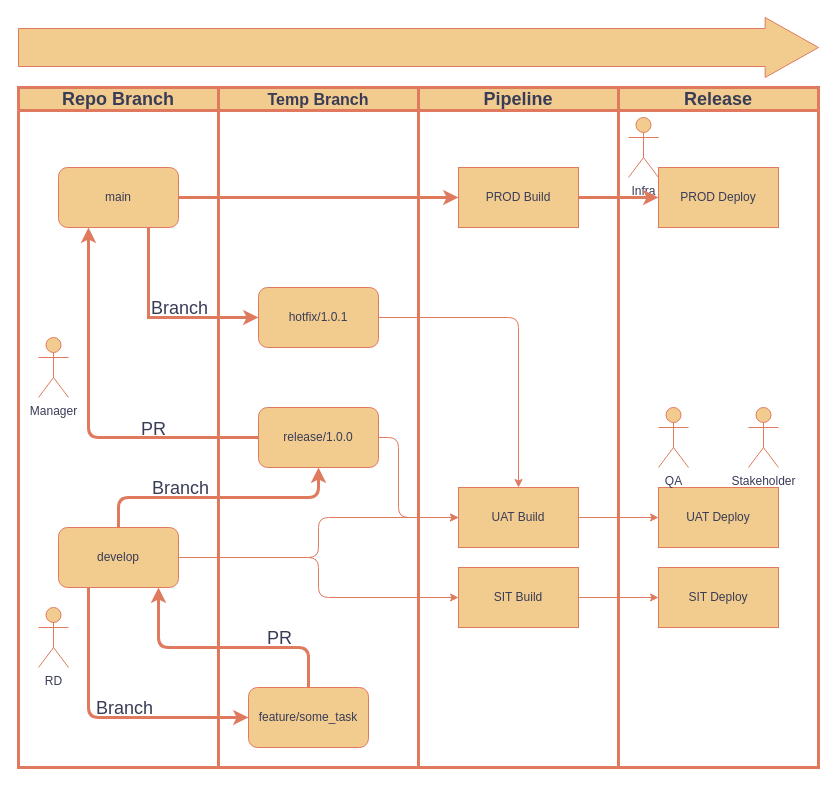
Earlier version of the draw.io diagram kgi_cicd_flow.drawio (lee0313/draw.io). Source tidied: cells renumbered, new cells numbered last; positions are measured from the earlier drawing's top-left corner, leaving out a move shared by most shapes. Both pictures are drawn from the tidied source at 100%, with x=0, y=0 at pixel (18, 17).
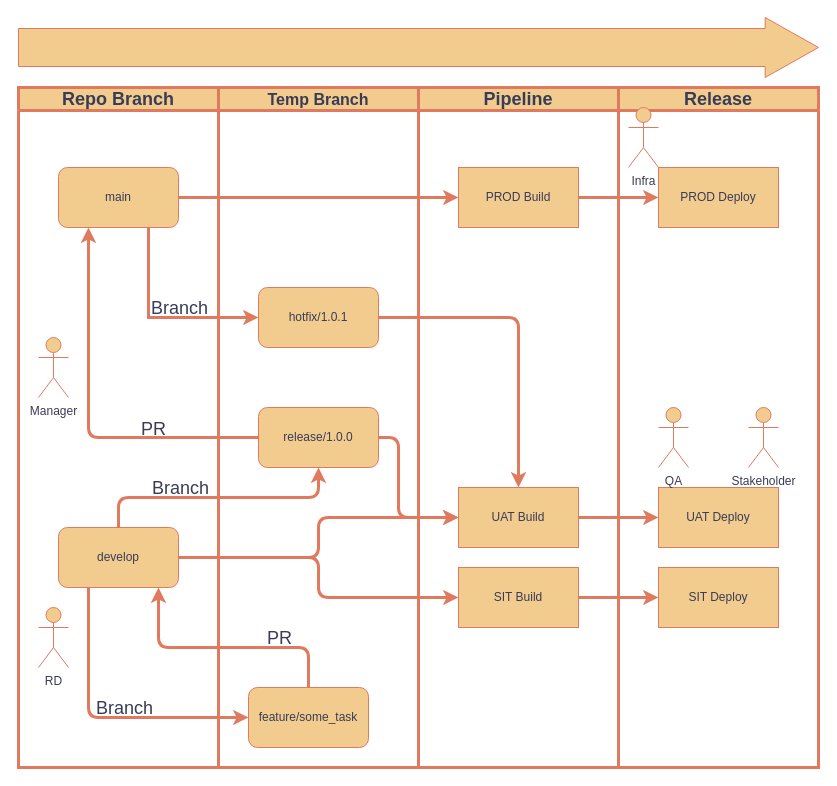
The same page after the edit.

Unchanged cells that the change refers to:
```xml
<mxCell id="15" value="develop" style="rounded=1;whiteSpace=wrap;html=1;labelBackgroundColor=none;fillColor=#F2CC8F;strokeColor=#E07A5F;fontColor=#393C56;" parent="1" vertex="1">
  <mxGeometry x="40" y="510" width="120" height="60" as="geometry" />
</mxCell>
<mxCell id="17" value="SIT Build" style="rounded=0;whiteSpace=wrap;html=1;labelBackgroundColor=none;fillColor=#F2CC8F;strokeColor=#E07A5F;fontColor=#393C56;" parent="1" vertex="1">
  <mxGeometry x="440" y="550" width="120" height="60" as="geometry" />
</mxCell>
<mxCell id="18" value="&lt;font style=&quot;font-size: 18px;&quot;&gt;Release&lt;/font&gt;" style="swimlane;whiteSpace=wrap;html=1;fillColor=#F2CC8F;fontColor=#393C56;strokeColor=#E07A5F;labelBackgroundColor=none;strokeWidth=3;" parent="1" vertex="1">
  <mxGeometry x="600" y="70" width="200" height="680" as="geometry" />
</mxCell>
<mxCell id="19" value="SIT Deploy" style="rounded=0;whiteSpace=wrap;html=1;labelBackgroundColor=none;fillColor=#F2CC8F;strokeColor=#E07A5F;fontColor=#393C56;" parent="18" vertex="1">
  <mxGeometry x="40" y="480" width="120" height="60" as="geometry" />
</mxCell>
<mxCell id="20" value="UAT Deploy" style="rounded=0;whiteSpace=wrap;html=1;labelBackgroundColor=none;fillColor=#F2CC8F;strokeColor=#E07A5F;fontColor=#393C56;" parent="18" vertex="1">
  <mxGeometry x="40" y="400" width="120" height="60" as="geometry" />
</mxCell>
<mxCell id="26" value="UAT Build" style="rounded=0;whiteSpace=wrap;html=1;labelBackgroundColor=none;fillColor=#F2CC8F;strokeColor=#E07A5F;fontColor=#393C56;" parent="1" vertex="1">
  <mxGeometry x="440" y="470" width="120" height="60" as="geometry" />
</mxCell>
<mxCell id="32" value="release/1.0.0" style="rounded=1;whiteSpace=wrap;html=1;labelBackgroundColor=none;fillColor=#F2CC8F;strokeColor=#E07A5F;fontColor=#393C56;" parent="31" vertex="1">
  <mxGeometry x="40" y="320" width="120" height="60" as="geometry" />
</mxCell>
<mxCell id="33" value="hotfix/1.0.1" style="rounded=1;whiteSpace=wrap;html=1;labelBackgroundColor=none;fillColor=#F2CC8F;strokeColor=#E07A5F;fontColor=#393C56;" parent="31" vertex="1">
  <mxGeometry x="40" y="200" width="120" height="60" as="geometry" />
</mxCell>
```

The edit, as a diff of the source:
```diff
@@
-    <mxCell id="9" style="edgeStyle=orthogonalEdgeStyle;rounded=1;jettySize=auto;html=1;entryX=0;entryY=0.5;entryDx=0;entryDy=0;curved=0;labelBackgroundColor=none;strokeColor=#E07A5F;fontColor=default;" parent="1" edge="1" source="15" target="17">
+    <mxCell id="9" style="edgeStyle=orthogonalEdgeStyle;rounded=1;jettySize=auto;html=1;entryX=0;entryY=0.5;entryDx=0;entryDy=0;curved=0;labelBackgroundColor=none;strokeColor=#E07A5F;fontColor=default;strokeWidth=3;" parent="1" edge="1" source="15" target="17">
       <mxGeometry relative="1" as="geometry" />
     </mxCell>
-    <mxCell id="10" style="edgeStyle=orthogonalEdgeStyle;rounded=1;jettySize=auto;html=1;entryX=0;entryY=0.5;entryDx=0;entryDy=0;curved=0;labelBackgroundColor=none;strokeColor=#E07A5F;fontColor=default;" parent="1" edge="1" source="15" target="26">
+    <mxCell id="10" style="edgeStyle=orthogonalEdgeStyle;rounded=1;jettySize=auto;html=1;entryX=0;entryY=0.5;entryDx=0;entryDy=0;curved=0;labelBackgroundColor=none;strokeColor=#E07A5F;fontColor=default;strokeWidth=3;" parent="1" edge="1" source="15" target="26">
       <mxGeometry relative="1" as="geometry" />
     </mxCell>
@@
-    <mxCell id="16" style="edgeStyle=orthogonalEdgeStyle;rounded=0;jettySize=auto;html=1;entryX=0;entryY=0.5;entryDx=0;entryDy=0;labelBackgroundColor=none;strokeColor=#E07A5F;fontColor=default;" parent="1" edge="1" source="17" target="19">
+    <mxCell id="16" style="edgeStyle=orthogonalEdgeStyle;rounded=0;jettySize=auto;html=1;entryX=0;entryY=0.5;entryDx=0;entryDy=0;labelBackgroundColor=none;strokeColor=#E07A5F;fontColor=default;strokeWidth=3;" parent="1" edge="1" source="17" target="19">
       <mxGeometry relative="1" as="geometry" />
     </mxCell>
@@
     <mxCell id="24" value="Infra" style="shape=umlActor;verticalLabelPosition=bottom;verticalAlign=top;html=1;labelBackgroundColor=none;fillColor=#F2CC8F;strokeColor=#E07A5F;fontColor=#393C56;" parent="18" vertex="1">
-      <mxGeometry x="10" y="30" width="30" height="60" as="geometry" />
+      <mxGeometry x="10" y="20" width="30" height="60" as="geometry" />
     </mxCell>
-    <mxCell id="25" style="edgeStyle=orthogonalEdgeStyle;rounded=0;jettySize=auto;html=1;entryX=0;entryY=0.5;entryDx=0;entryDy=0;labelBackgroundColor=none;strokeColor=#E07A5F;fontColor=default;" parent="1" edge="1" source="26" target="20">
+    <mxCell id="25" style="edgeStyle=orthogonalEdgeStyle;rounded=0;jettySize=auto;html=1;entryX=0;entryY=0.5;entryDx=0;entryDy=0;labelBackgroundColor=none;strokeColor=#E07A5F;fontColor=default;strokeWidth=3;" parent="1" edge="1" source="26" target="20">
       <mxGeometry relative="1" as="geometry" />
     </mxCell>
@@
-    <mxCell id="27" style="edgeStyle=orthogonalEdgeStyle;rounded=1;jettySize=auto;html=1;entryX=0;entryY=0.5;entryDx=0;entryDy=0;curved=0;labelBackgroundColor=none;strokeColor=#E07A5F;fontColor=default;" parent="1" edge="1" source="32" target="26">
+    <mxCell id="27" style="edgeStyle=orthogonalEdgeStyle;rounded=1;jettySize=auto;html=1;entryX=0;entryY=0.5;entryDx=0;entryDy=0;curved=0;labelBackgroundColor=none;strokeColor=#E07A5F;fontColor=default;strokeWidth=3;" parent="1" edge="1" source="32" target="26">
       <mxGeometry relative="1" as="geometry">
         <Array as="points">
           <mxPoint x="380" y="420" />
           <mxPoint x="380" y="500" />
         </Array>
       </mxGeometry>
     </mxCell>
@@
-    <mxCell id="30" style="edgeStyle=orthogonalEdgeStyle;rounded=1;jettySize=auto;html=1;entryX=0.5;entryY=0;entryDx=0;entryDy=0;curved=0;labelBackgroundColor=none;strokeColor=#E07A5F;fontColor=default;strokeWidth=1;" parent="1" edge="1" source="33" target="26">
+    <mxCell id="30" style="edgeStyle=orthogonalEdgeStyle;rounded=1;jettySize=auto;html=1;entryX=0.5;entryY=0;entryDx=0;entryDy=0;curved=0;labelBackgroundColor=none;strokeColor=#E07A5F;fontColor=default;strokeWidth=3;" parent="1" edge="1" source="33" target="26">
       <mxGeometry relative="1" as="geometry" />
     </mxCell>
```
